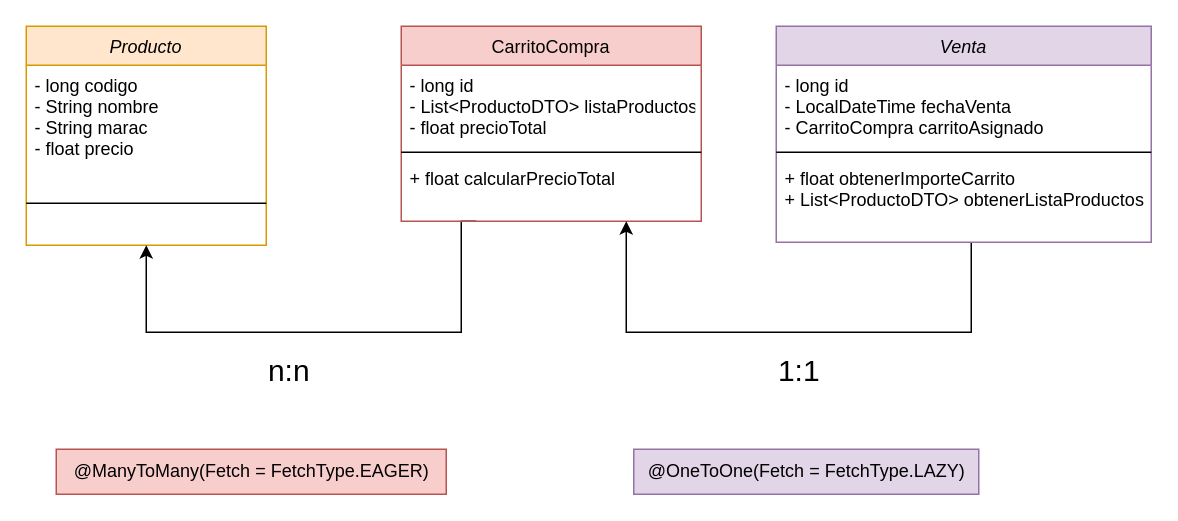
The draw.io diagram diagrams/diagrama-de-clases.drawio in sebaasestrada/tienda-electrodomesticos, before the edit. Source tidied: cells renumbered, new cells numbered last; positions are measured from the earlier drawing's top-left corner, leaving out a move shared by most shapes. Both pictures are drawn from the tidied source at 150%, with x=0, y=0 at pixel (26, 26).
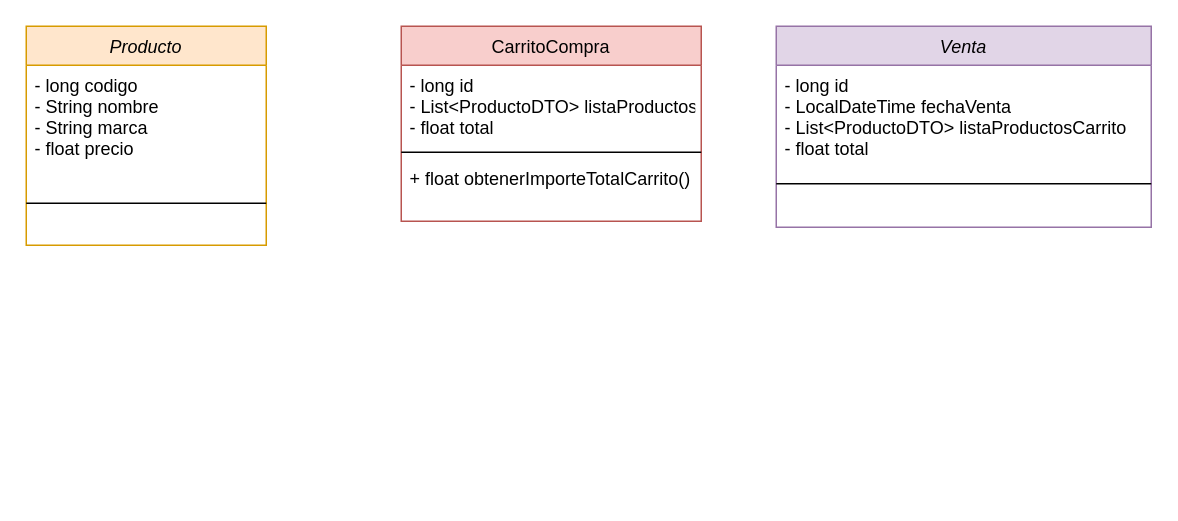
Above is the later version.

The change refers to these unchanged cells:
```xml
<mxCell id="2" value="Producto" style="swimlane;fontStyle=2;align=center;verticalAlign=top;horizontal=1;startSize=26;rounded=0;shadow=0;strokeWidth=1;fillColor=#ffe6cc;strokeColor=#d79b00;" parent="1" vertex="1">
  <mxGeometry width="160" height="146" as="geometry" />
</mxCell>
<mxCell id="6" value="CarritoCompra" style="swimlane;fontStyle=0;align=center;verticalAlign=top;horizontal=1;startSize=26;rounded=0;shadow=0;strokeWidth=1;fillColor=#f8cecc;strokeColor=#b85450;" parent="1" vertex="1">
  <mxGeometry x="250" width="200" height="130" as="geometry" />
</mxCell>
```

The edit, as a diff of the source:
```diff
@@
-    <mxCell id="3" value="- long codigo&#10;- String nombre&#10;- String marac&#10;- float precio" style="text;align=left;verticalAlign=top;spacingLeft=4;spacingRight=4;overflow=hidden;" parent="2" vertex="1">
+    <mxCell id="3" value="- long codigo&#10;- String nombre&#10;- String marca&#10;- float precio" style="text;align=left;verticalAlign=top;spacingLeft=4;spacingRight=4;overflow=hidden;" parent="2" vertex="1">
       <mxGeometry y="26" width="160" height="64" as="geometry" />
     </mxCell>
@@
-    <mxCell id="5" style="edgeStyle=orthogonalEdgeStyle;rounded=0;jettySize=auto;html=1;exitX=0.25;exitY=1;exitDx=0;exitDy=0;entryX=0.5;entryY=1;entryDx=0;entryDy=0;" parent="1" edge="1" source="6" target="2">
-      <mxGeometry relative="1" as="geometry">
-        <Array as="points">
-          <mxPoint x="290" y="204" />
-          <mxPoint x="80" y="204" />
-        </Array>
-      </mxGeometry>
-    </mxCell>
@@
-    <mxCell id="7" value="- long id&#10;- List&lt;ProductoDTO&gt; listaProductos&#10;- float precioTotal&#10;" style="text;align=left;verticalAlign=top;spacingLeft=4;spacingRight=4;overflow=hidden;" parent="6" vertex="1">
+    <mxCell id="7" value="- long id&#10;- List&lt;ProductoDTO&gt; listaProductos&#10;- float total&#10;" style="text;align=left;verticalAlign=top;spacingLeft=4;spacingRight=4;overflow=hidden;" parent="6" vertex="1">
       <mxGeometry y="26" width="200" height="54" as="geometry" />
     </mxCell>
@@
-    <mxCell id="9" value="+ float calcularPrecioTotal" style="text;align=left;verticalAlign=top;spacingLeft=4;spacingRight=4;overflow=hidden;" parent="6" vertex="1">
+    <mxCell id="9" value="+ float obtenerImporteTotalCarrito()" style="text;align=left;verticalAlign=top;spacingLeft=4;spacingRight=4;overflow=hidden;" parent="6" vertex="1">
       <mxGeometry y="88" width="200" height="26" as="geometry" />
     </mxCell>
-    <mxCell id="10" style="edgeStyle=orthogonalEdgeStyle;rounded=0;jettySize=auto;html=1;entryX=0.75;entryY=1;entryDx=0;entryDy=0;" parent="1" edge="1" source="11" target="6">
-      <mxGeometry relative="1" as="geometry">
-        <Array as="points">
-          <mxPoint x="630" y="204" />
-          <mxPoint x="400" y="204" />
-        </Array>
-      </mxGeometry>
-    </mxCell>
     <mxCell id="11" value="Venta" style="swimlane;fontStyle=2;align=center;verticalAlign=top;horizontal=1;startSize=26;rounded=0;shadow=0;strokeWidth=1;fillColor=#e1d5e7;strokeColor=#9673a6;" parent="1" vertex="1">
-      <mxGeometry x="500" width="250" height="144" as="geometry" />
+      <mxGeometry x="500" width="250" height="134" as="geometry" />
     </mxCell>
-    <mxCell id="12" value="- long id&#10;- LocalDateTime fechaVenta&#10;- CarritoCompra carritoAsignado" style="text;align=left;verticalAlign=top;spacingLeft=4;spacingRight=4;overflow=hidden;" parent="11" vertex="1">
-      <mxGeometry y="26" width="250" height="54" as="geometry" />
+    <mxCell id="12" value="- long id&#10;- LocalDateTime fechaVenta&#10;- List&lt;ProductoDTO&gt; listaProductosCarrito&#10;- float total" style="text;align=left;verticalAlign=top;spacingLeft=4;spacingRight=4;overflow=hidden;" parent="11" vertex="1">
+      <mxGeometry y="26" width="250" height="64" as="geometry" />
     </mxCell>
     <mxCell id="13" style="line;html=1;strokeWidth=1;align=left;verticalAlign=middle;spacingTop=-1;spacingLeft=3;spacingRight=3;labelPosition=right;" parent="11" vertex="1">
-      <mxGeometry y="80" width="250" height="8" as="geometry" />
+      <mxGeometry y="90" width="250" height="30" as="geometry" />
     </mxCell>
-    <mxCell id="14" value="+ float obtenerImporteCarrito&#10;+ List&lt;ProductoDTO&gt; obtenerListaProductos" style="text;align=left;verticalAlign=top;spacingLeft=4;spacingRight=4;overflow=hidden;" parent="11" vertex="1">
-      <mxGeometry y="88" width="250" height="48" as="geometry" />
-    </mxCell>
-    <mxCell id="15" value="&lt;font style=&quot;font-size: 20px;&quot;&gt;n:n&lt;/font&gt;" style="text;html=1;align=center;verticalAlign=middle;strokeColor=none;fillColor=none;" parent="1" vertex="1">
-      <mxGeometry x="150" y="209" width="50" height="40" as="geometry" />
-    </mxCell>
-    <mxCell id="16" value="&lt;font style=&quot;font-size: 20px;&quot;&gt;1:1&lt;/font&gt;" style="text;html=1;align=center;verticalAlign=middle;strokeColor=none;fillColor=none;" parent="1" vertex="1">
-      <mxGeometry x="490" y="209" width="50" height="40" as="geometry" />
-    </mxCell>
-    <mxCell id="17" value="@OneToOne(Fetch = FetchType.LAZY)" style="text;html=1;align=center;verticalAlign=middle;strokeColor=#9673a6;fillColor=#e1d5e7;" parent="1" vertex="1">
-      <mxGeometry x="405" y="282" width="230" height="30" as="geometry" />
-    </mxCell>
-    <mxCell id="18" value="@ManyToMany(Fetch = FetchType.EAGER)" style="text;html=1;align=center;verticalAlign=middle;strokeColor=#b85450;fillColor=#f8cecc;" parent="1" vertex="1">
-      <mxGeometry x="20" y="282" width="260" height="30" as="geometry" />
-    </mxCell>
```
